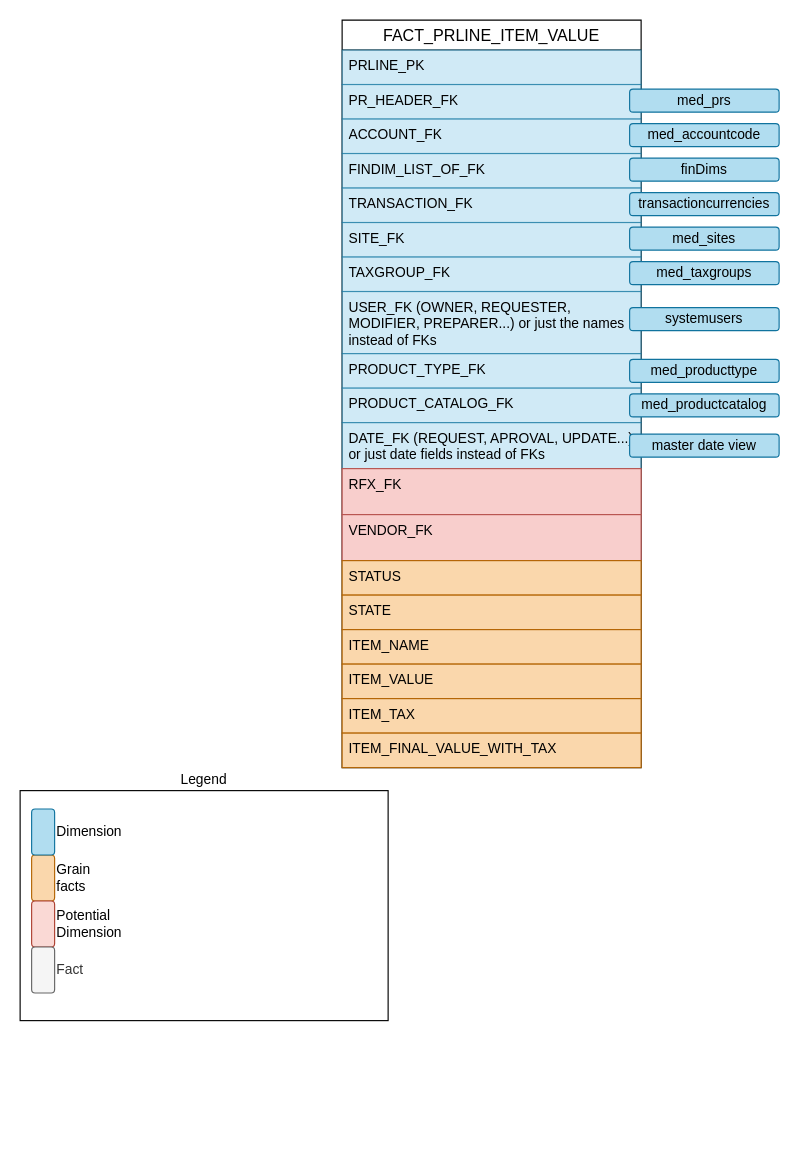
Earlier version of the draw.io diagram page "Dimensional Model" (4 of 4) of scm_value_chain.drawio (Medair/drawio). Source tidied: cells renumbered, new cells numbered last; positions are measured from the earlier drawing's top-left corner, leaving out a move shared by most shapes. Both pictures are drawn from the tidied source at 115%, with x=0, y=0 at pixel (20, 20).
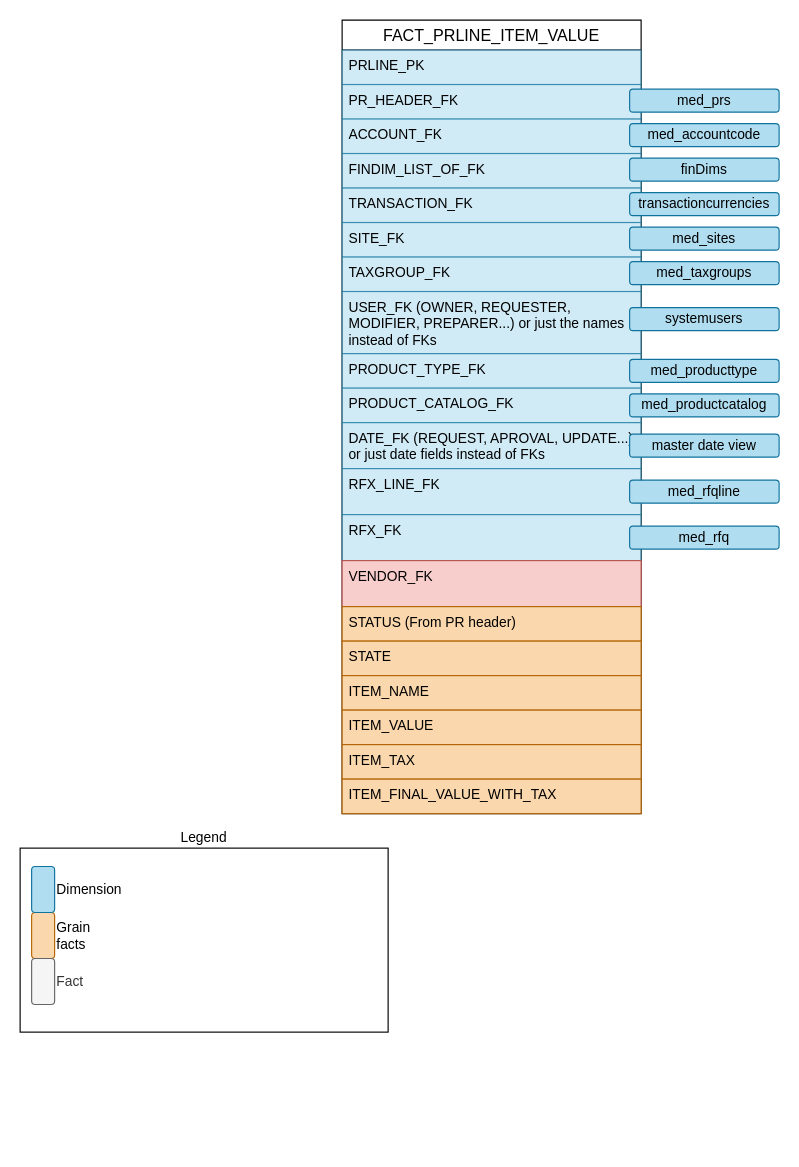
The same diagram, later.

What changed in the source:
```diff
@@
     <mxCell id="2" value="FACT_PRLINE_ITEM_VALUE" style="swimlane;fontStyle=0;horizontal=1;startSize=26;align=center;fontSize=14;" parent="1" vertex="1">
-      <mxGeometry x="280" width="260" height="650" as="geometry" />
+      <mxGeometry x="280" width="260" height="690" as="geometry" />
     </mxCell>
@@
+    <mxCell id="38" value="RFX_LINE_FK" style="text;strokeColor=#10739e;fillColor=#b1ddf0;spacingLeft=4;spacingRight=4;overflow=hidden;fontSize=12;whiteSpace=wrap;html=1;opacity=60;" parent="2" vertex="1">
+      <mxGeometry y="390" width="260" height="40" as="geometry" />
+    </mxCell>
-    <mxCell id="14" value="RFX_FK" style="text;strokeColor=#b85450;fillColor=#f8cecc;spacingLeft=4;spacingRight=4;overflow=hidden;fontSize=12;whiteSpace=wrap;html=1;" parent="2" vertex="1">
-      <mxGeometry y="390" width="260" height="40" as="geometry" />
+    <mxCell id="14" value="RFX_FK" style="text;strokeColor=#10739e;fillColor=#b1ddf0;spacingLeft=4;spacingRight=4;overflow=hidden;fontSize=12;whiteSpace=wrap;html=1;opacity=60;" parent="2" vertex="1">
+      <mxGeometry y="430" width="260" height="40" as="geometry" />
     </mxCell>
     <mxCell id="15" value="VENDOR_FK" style="text;strokeColor=#b85450;fillColor=#f8cecc;spacingLeft=4;spacingRight=4;overflow=hidden;fontSize=12;whiteSpace=wrap;html=1;" parent="2" vertex="1">
-      <mxGeometry y="430" width="260" height="40" as="geometry" />
+      <mxGeometry y="470" width="260" height="40" as="geometry" />
     </mxCell>
-    <mxCell id="16" value="STATUS" style="text;spacingLeft=4;spacingRight=4;overflow=hidden;fontSize=12;whiteSpace=wrap;html=1;fillColor=#fad7ac;strokeColor=#b46504;" parent="2" vertex="1">
-      <mxGeometry y="470" width="260" height="30" as="geometry" />
+    <mxCell id="16" value="STATUS (From PR header)" style="text;spacingLeft=4;spacingRight=4;overflow=hidden;fontSize=12;whiteSpace=wrap;html=1;fillColor=#fad7ac;strokeColor=#b46504;" parent="2" vertex="1">
+      <mxGeometry y="510" width="260" height="30" as="geometry" />
     </mxCell>
     <mxCell id="17" value="STATE" style="text;spacingLeft=4;spacingRight=4;overflow=hidden;fontSize=12;whiteSpace=wrap;html=1;fillColor=#fad7ac;strokeColor=#b46504;" parent="2" vertex="1">
-      <mxGeometry y="500" width="260" height="30" as="geometry" />
+      <mxGeometry y="540" width="260" height="30" as="geometry" />
     </mxCell>
     <mxCell id="18" value="ITEM_NAME" style="text;spacingLeft=4;spacingRight=4;overflow=hidden;fontSize=12;whiteSpace=wrap;html=1;fillColor=#fad7ac;strokeColor=#b46504;" parent="2" vertex="1">
-      <mxGeometry y="530" width="260" height="30" as="geometry" />
+      <mxGeometry y="570" width="260" height="30" as="geometry" />
     </mxCell>
     <mxCell id="19" value="ITEM_VALUE" style="text;strokeColor=#b46504;fillColor=#fad7ac;spacingLeft=4;spacingRight=4;overflow=hidden;fontSize=12;whiteSpace=wrap;html=1;" parent="2" vertex="1">
-      <mxGeometry y="560" width="260" height="30" as="geometry" />
+      <mxGeometry y="600" width="260" height="30" as="geometry" />
     </mxCell>
     <mxCell id="20" value="ITEM_TAX" style="text;strokeColor=#b46504;fillColor=#fad7ac;spacingLeft=4;spacingRight=4;overflow=hidden;fontSize=12;whiteSpace=wrap;html=1;" parent="2" vertex="1">
-      <mxGeometry y="590" width="260" height="30" as="geometry" />
+      <mxGeometry y="630" width="260" height="30" as="geometry" />
     </mxCell>
     <mxCell id="21" value="ITEM_FINAL_VALUE_WITH_TAX" style="text;strokeColor=#b46504;fillColor=#fad7ac;spacingLeft=4;spacingRight=4;overflow=hidden;fontSize=12;whiteSpace=wrap;html=1;" parent="2" vertex="1">
-      <mxGeometry y="620" width="260" height="30" as="geometry" />
+      <mxGeometry y="660" width="260" height="30" as="geometry" />
     </mxCell>
@@
     <mxCell id="31" style="group;" parent="1" vertex="1">
-      <mxGeometry y="670" width="320" height="260" as="geometry" />
+      <mxGeometry y="720" width="320" height="260" as="geometry" />
     </mxCell>
     <mxCell id="32" value="Legend" style="rounded=0;whiteSpace=wrap;html=1;align=center;labelPosition=center;verticalLabelPosition=top;verticalAlign=bottom;" parent="31" vertex="1">
-      <mxGeometry width="320" height="200" as="geometry" />
+      <mxGeometry width="320" height="160" as="geometry" />
     </mxCell>
@@
-    <mxCell id="34" value="Potential Dimension" style="rounded=1;whiteSpace=wrap;html=1;fillColor=#fad9d5;strokeColor=#ae4132;labelPosition=right;verticalLabelPosition=middle;align=left;verticalAlign=middle;" parent="31" vertex="1">
-      <mxGeometry x="10" y="96" width="20" height="40" as="geometry" />
-    </mxCell>
     <mxCell id="35" value="Fact" style="rounded=1;whiteSpace=wrap;html=1;fillColor=#f5f5f5;strokeColor=#666666;labelPosition=right;verticalLabelPosition=middle;align=left;verticalAlign=middle;fontColor=#333333;" parent="31" vertex="1">
-      <mxGeometry x="10" y="136" width="20" height="40" as="geometry" />
+      <mxGeometry x="10" y="96" width="20" height="40" as="geometry" />
     </mxCell>
@@
+    <mxCell id="39" value="med_rfqline" style="rounded=1;whiteSpace=wrap;html=1;fillColor=#b1ddf0;strokeColor=#10739e;" parent="1" vertex="1">
+      <mxGeometry x="530" y="400" width="130" height="20" as="geometry" />
+    </mxCell>
+    <mxCell id="40" value="med_rfq" style="rounded=1;whiteSpace=wrap;html=1;fillColor=#b1ddf0;strokeColor=#10739e;" parent="1" vertex="1">
+      <mxGeometry x="530" y="440" width="130" height="20" as="geometry" />
+    </mxCell>
```
